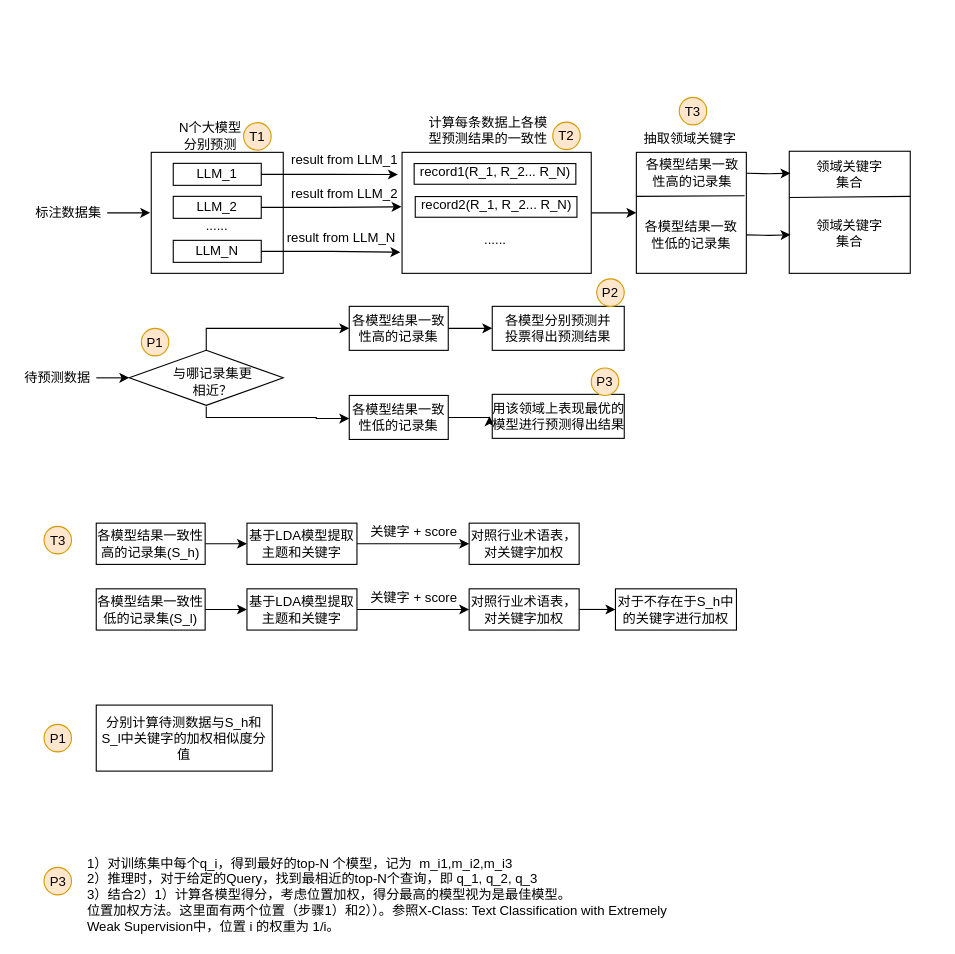
Above: patent_模型结果集成.drawio in CindyZX/drawio_figures (draw.io), before the change. Source tidied: cells renumbered, new cells numbered last; positions are measured from the earlier drawing's top-left corner, leaving out a move shared by most shapes. Both pictures are drawn from the tidied source at 110%, with x=0, y=0 at pixel (19, 97).
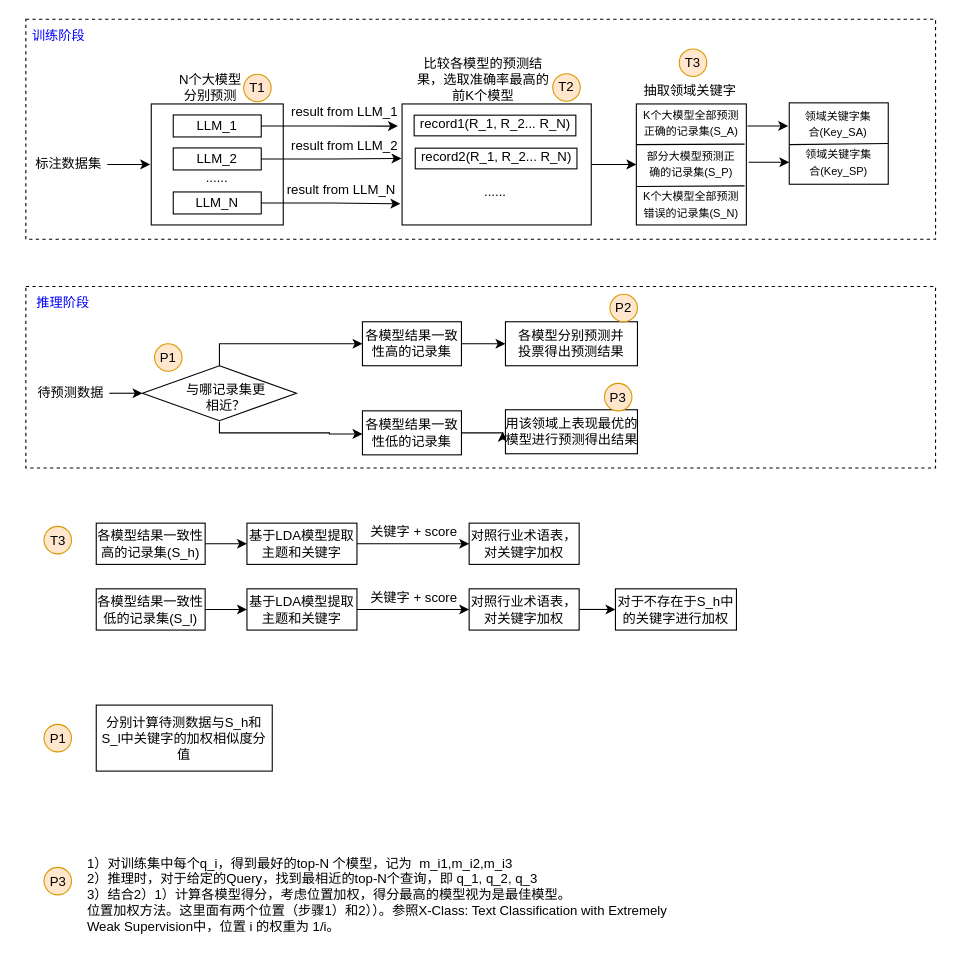
After the change.

Commit message:
更新patent_模型结果集成.drawio

Diff of the diagram source:
```diff
@@
+    <mxCell id="79" style="rounded=0;whiteSpace=wrap;html=1;dashed=1;" parent="1" vertex="1">
+      <mxGeometry x="6" y="172" width="827" height="165" as="geometry" />
+    </mxCell>
+    <mxCell id="80" style="rounded=0;whiteSpace=wrap;html=1;dashed=1;" parent="1" vertex="1">
+      <mxGeometry x="6" y="-71" width="827" height="200" as="geometry" />
+    </mxCell>
     <mxCell id="2" style="rounded=0;whiteSpace=wrap;html=1;" parent="1" vertex="1">
-      <mxGeometry x="120" y="50" width="120" height="110" as="geometry" />
+      <mxGeometry x="120" y="6" width="120" height="110" as="geometry" />
     </mxCell>
     <mxCell id="3" value="标注数据集" style="text;html=1;align=center;verticalAlign=middle;whiteSpace=wrap;rounded=0;" parent="1" vertex="1">
-      <mxGeometry x="10" y="90" width="70" height="30" as="geometry" />
+      <mxGeometry x="10" y="46" width="70" height="30" as="geometry" />
     </mxCell>
     <mxCell id="4" value="LLM_1" style="rounded=0;whiteSpace=wrap;html=1;" parent="1" vertex="1">
-      <mxGeometry x="140" y="60" width="80" height="20" as="geometry" />
+      <mxGeometry x="140" y="16" width="80" height="20" as="geometry" />
     </mxCell>
     <mxCell id="5" value="LLM_2" style="rounded=0;whiteSpace=wrap;html=1;" parent="1" vertex="1">
-      <mxGeometry x="140" y="90" width="80" height="20" as="geometry" />
+      <mxGeometry x="140" y="46" width="80" height="20" as="geometry" />
     </mxCell>
     <mxCell id="6" value="LLM_N" style="rounded=0;whiteSpace=wrap;html=1;" parent="1" vertex="1">
-      <mxGeometry x="140" y="130" width="80" height="20" as="geometry" />
+      <mxGeometry x="140" y="86" width="80" height="20" as="geometry" />
     </mxCell>
     <mxCell id="7" value="......" style="text;html=1;align=center;verticalAlign=middle;whiteSpace=wrap;rounded=0;" parent="1" vertex="1">
-      <mxGeometry x="150" y="107" width="60" height="20" as="geometry" />
+      <mxGeometry x="150" y="63" width="60" height="20" as="geometry" />
     </mxCell>
     <mxCell id="8" style="edgeStyle=orthogonalEdgeStyle;rounded=0;jettySize=auto;html=1;exitX=1;exitY=0.5;exitDx=0;exitDy=0;entryX=-0.008;entryY=0.566;entryDx=0;entryDy=0;entryPerimeter=0;" parent="1" edge="1" source="3">
       <mxGeometry relative="1" as="geometry">
-        <mxPoint x="119" y="105.3" as="targetPoint" />
+        <mxPoint x="119" y="61.3" as="targetPoint" />
       </mxGeometry>
     </mxCell>
     <mxCell id="9" value="N个大模型分别预测" style="text;html=1;align=center;verticalAlign=middle;whiteSpace=wrap;rounded=0;" parent="1" vertex="1">
-      <mxGeometry x="144" y="20" width="60" height="30" as="geometry" />
+      <mxGeometry x="144" y="-24" width="60" height="30" as="geometry" />
     </mxCell>
@@
     <mxCell id="11" style="rounded=0;whiteSpace=wrap;html=1;" parent="1" vertex="1">
-      <mxGeometry x="348" y="50" width="172" height="110" as="geometry" />
+      <mxGeometry x="348" y="6" width="172" height="110" as="geometry" />
     </mxCell>
-    <mxCell id="12" value="计算每条数据上各模型预测结果的一致性" style="text;html=1;align=center;verticalAlign=middle;whiteSpace=wrap;rounded=0;" parent="1" vertex="1">
-      <mxGeometry x="368" y="15" width="117" height="30" as="geometry" />
+    <mxCell id="12" value="比较各模型的预测结果，选取准确率最高的前K个模型" style="text;html=1;align=center;verticalAlign=middle;whiteSpace=wrap;rounded=0;" parent="1" vertex="1">
+      <mxGeometry x="359" y="-31" width="126" height="30" as="geometry" />
     </mxCell>
@@
     <mxCell id="14" value="result from LLM_1" style="text;html=1;align=center;verticalAlign=middle;whiteSpace=wrap;rounded=0;" parent="1" vertex="1">
-      <mxGeometry x="246" y="42" width="100" height="30" as="geometry" />
+      <mxGeometry x="246" y="-2" width="100" height="30" as="geometry" />
     </mxCell>
@@
     <mxCell id="16" value="result from LLM_2" style="text;html=1;align=center;verticalAlign=middle;whiteSpace=wrap;rounded=0;" parent="1" vertex="1">
-      <mxGeometry x="246" y="73" width="100" height="30" as="geometry" />
+      <mxGeometry x="246" y="29" width="100" height="30" as="geometry" />
     </mxCell>
@@
     <mxCell id="18" value="result from LLM_N" style="text;html=1;align=center;verticalAlign=middle;whiteSpace=wrap;rounded=0;" parent="1" vertex="1">
-      <mxGeometry x="241" y="113" width="104" height="30" as="geometry" />
+      <mxGeometry x="241" y="69" width="104" height="30" as="geometry" />
     </mxCell>
     <mxCell id="19" style="group;" parent="1" vertex="1">
-      <mxGeometry x="359" y="59" width="147" height="20" as="geometry" />
+      <mxGeometry x="359" y="15" width="147" height="20" as="geometry" />
     </mxCell>
@@
     <mxCell id="22" style="group;" parent="1" vertex="1">
-      <mxGeometry x="360" y="89" width="147" height="20" as="geometry" />
+      <mxGeometry x="360" y="45" width="147" height="20" as="geometry" />
     </mxCell>
@@
     <mxCell id="25" value="......" style="text;html=1;align=center;verticalAlign=middle;whiteSpace=wrap;rounded=0;" parent="1" vertex="1">
-      <mxGeometry x="402.5" y="120" width="60" height="20" as="geometry" />
+      <mxGeometry x="402.5" y="76" width="60" height="20" as="geometry" />
     </mxCell>
     <mxCell id="26" style="rounded=0;whiteSpace=wrap;html=1;" parent="1" vertex="1">
-      <mxGeometry x="561" y="50" width="100" height="110" as="geometry" />
+      <mxGeometry x="561" y="6" width="100" height="110" as="geometry" />
     </mxCell>
     <mxCell id="27" style="endArrow=none;html=1;rounded=0;" parent="1" edge="1" target="26">
       <mxGeometry relative="1" as="geometry">
-        <mxPoint x="561" y="87.7" as="sourcePoint" />
+        <mxPoint x="561" y="43.7" as="sourcePoint" />
       </mxGeometry>
     </mxCell>
-    <mxCell id="28" style="endArrow=none;html=1;rounded=0;entryX=0.984;entryY=0.359;entryDx=0;entryDy=0;entryPerimeter=0;" parent="1" edge="1" target="26">
+    <mxCell id="28" style="endArrow=none;html=1;rounded=0;entryX=0.984;entryY=0.359;entryDx=0;entryDy=0;entryPerimeter=0;" parent="1" edge="1">
       <mxGeometry relative="1" as="geometry">
-        <mxPoint x="561" y="90" as="sourcePoint" />
+        <mxPoint x="561" y="43" as="sourcePoint" />
+        <mxPoint x="659.4" y="42.5" as="targetPoint" />
       </mxGeometry>
     </mxCell>
-    <mxCell id="29" value="各模型结果一致性高的记录集" style="text;html=1;align=center;verticalAlign=middle;whiteSpace=wrap;rounded=0;" parent="1" vertex="1">
-      <mxGeometry x="567" y="54" width="90" height="30" as="geometry" />
+    <mxCell id="29" value="&lt;font style=&quot;font-size: 10px;&quot;&gt;K个大模型全部预测正确的记录集(S_A)&lt;/font&gt;" style="text;html=1;align=center;verticalAlign=middle;whiteSpace=wrap;rounded=0;" parent="1" vertex="1">
+      <mxGeometry x="566" y="8" width="90" height="30" as="geometry" />
     </mxCell>
-    <mxCell id="30" value="各模型结果一致性低的记录集" style="text;html=1;align=center;verticalAlign=middle;whiteSpace=wrap;rounded=0;" parent="1" vertex="1">
-      <mxGeometry x="566" y="110" width="90" height="30" as="geometry" />
+    <mxCell id="30" value="&lt;font style=&quot;font-size: 10px;&quot;&gt;部分大模型预测正确的记录集(S_P)&lt;/font&gt;" style="text;html=1;align=center;verticalAlign=middle;whiteSpace=wrap;rounded=0;" parent="1" vertex="1">
+      <mxGeometry x="566" y="45" width="90" height="30" as="geometry" />
     </mxCell>
     <mxCell id="31" style="rounded=0;whiteSpace=wrap;html=1;" parent="1" vertex="1">
-      <mxGeometry x="700" y="49" width="110" height="111" as="geometry" />
+      <mxGeometry x="700" y="5" width="90" height="74" as="geometry" />
     </mxCell>
     <mxCell id="32" style="endArrow=none;html=1;rounded=0;" parent="1" edge="1" target="31">
       <mxGeometry relative="1" as="geometry">
-        <mxPoint x="700" y="88.5" as="sourcePoint" />
+        <mxPoint x="700" y="44.5" as="sourcePoint" />
       </mxGeometry>
     </mxCell>
     <mxCell id="33" style="endArrow=none;html=1;rounded=0;" parent="1" edge="1">
       <mxGeometry relative="1" as="geometry">
-        <mxPoint x="700" y="91" as="sourcePoint" />
-        <mxPoint x="810" y="90" as="targetPoint" />
+        <mxPoint x="700" y="43" as="sourcePoint" />
+        <mxPoint x="790" y="42" as="targetPoint" />
       </mxGeometry>
     </mxCell>
-    <mxCell id="34" value="领域关键字集合" style="text;html=1;align=center;verticalAlign=middle;whiteSpace=wrap;rounded=0;" parent="1" vertex="1">
-      <mxGeometry x="720" y="55" width="70" height="30" as="geometry" />
+    <mxCell id="34" value="&lt;font style=&quot;font-size: 10px;&quot;&gt;领域关键字集合(Key_SA)&lt;/font&gt;" style="text;html=1;align=center;verticalAlign=middle;whiteSpace=wrap;rounded=0;" parent="1" vertex="1">
+      <mxGeometry x="713" y="9" width="63" height="30" as="geometry" />
     </mxCell>
-    <mxCell id="35" value="领域关键字集合" style="text;html=1;align=center;verticalAlign=middle;whiteSpace=wrap;rounded=0;" parent="1" vertex="1">
-      <mxGeometry x="720" y="109" width="70" height="30" as="geometry" />
+    <mxCell id="35" value="&lt;font style=&quot;font-size: 10px;&quot;&gt;领域关键字集合(Key_SP)&lt;/font&gt;" style="text;html=1;align=center;verticalAlign=middle;whiteSpace=wrap;rounded=0;" parent="1" vertex="1">
+      <mxGeometry x="709.5" y="44" width="70" height="30" as="geometry" />
     </mxCell>
-    <mxCell id="36" style="edgeStyle=orthogonalEdgeStyle;rounded=0;orthogonalLoop=1;jettySize=auto;html=1;entryX=-0.026;entryY=0.179;entryDx=0;entryDy=0;entryPerimeter=0;" parent="1" edge="1">
-      <mxGeometry relative="1" as="geometry">
-        <mxPoint x="661" y="69" as="sourcePoint" />
-        <mxPoint x="701.1" y="68.9" as="targetPoint" />
-      </mxGeometry>
-    </mxCell>
-    <mxCell id="37" style="edgeStyle=orthogonalEdgeStyle;rounded=0;orthogonalLoop=1;jettySize=auto;html=1;entryX=-0.026;entryY=0.179;entryDx=0;entryDy=0;entryPerimeter=0;" parent="1" edge="1">
-      <mxGeometry relative="1" as="geometry">
-        <mxPoint x="661" y="125" as="sourcePoint" />
-        <mxPoint x="701.1" y="124.9" as="targetPoint" />
-      </mxGeometry>
-    </mxCell>
@@
     <mxCell id="39" value="待预测数据" style="text;html=1;align=center;verticalAlign=middle;whiteSpace=wrap;rounded=0;" parent="1" vertex="1">
-      <mxGeometry y="240" width="70" height="30" as="geometry" />
+      <mxGeometry x="12" y="254" width="70" height="30" as="geometry" />
     </mxCell>
     <mxCell id="40" style="group;" parent="1" vertex="1">
-      <mxGeometry x="100" y="230" width="140" height="50" as="geometry" />
+      <mxGeometry x="112" y="244" width="140" height="50" as="geometry" />
     </mxCell>
@@
     <mxCell id="45" value="各模型结果一致性高的记录集" style="rounded=0;whiteSpace=wrap;html=1;" parent="1" vertex="1">
-      <mxGeometry x="300" y="190" width="90" height="40" as="geometry" />
+      <mxGeometry x="312" y="204" width="90" height="40" as="geometry" />
     </mxCell>
@@
     <mxCell id="47" value="各模型结果一致性低的记录集" style="rounded=0;whiteSpace=wrap;html=1;" parent="1" vertex="1">
-      <mxGeometry x="300" y="271" width="90" height="40" as="geometry" />
+      <mxGeometry x="312" y="285" width="90" height="40" as="geometry" />
     </mxCell>
     <mxCell id="48" value="抽取领域关键字" style="text;html=1;align=center;verticalAlign=middle;whiteSpace=wrap;rounded=0;" parent="1" vertex="1">
-      <mxGeometry x="565" y="23" width="90" height="30" as="geometry" />
+      <mxGeometry x="565" y="-21" width="90" height="30" as="geometry" />
     </mxCell>
     <mxCell id="49" style="edgeStyle=orthogonalEdgeStyle;rounded=0;orthogonalLoop=1;jettySize=auto;html=1;exitX=0.5;exitY=1;exitDx=0;exitDy=0;entryX=0;entryY=0.5;entryDx=0;entryDy=0;" parent="1" edge="1">
       <mxGeometry relative="1" as="geometry">
-        <mxPoint x="170" y="281" as="sourcePoint" />
-        <mxPoint x="300" y="292" as="targetPoint" />
+        <mxPoint x="182" y="295" as="sourcePoint" />
+        <mxPoint x="312" y="306" as="targetPoint" />
         <Array as="points">
-          <mxPoint x="170" y="291" />
-          <mxPoint x="270" y="291" />
-          <mxPoint x="270" y="292" />
+          <mxPoint x="182" y="305" />
+          <mxPoint x="282" y="305" />
+          <mxPoint x="282" y="306" />
         </Array>
       </mxGeometry>
     </mxCell>
@@
     <mxCell id="51" style="rounded=0;whiteSpace=wrap;html=1;" parent="1" vertex="1">
-      <mxGeometry x="430" y="190" width="120" height="40" as="geometry" />
+      <mxGeometry x="442" y="204" width="120" height="40" as="geometry" />
     </mxCell>
     <mxCell id="52" value="各模型分别预测并投票得出预测结果" style="text;html=1;align=center;verticalAlign=middle;whiteSpace=wrap;rounded=0;" parent="1" vertex="1">
-      <mxGeometry x="440" y="195" width="100" height="30" as="geometry" />
+      <mxGeometry x="452" y="209" width="100" height="30" as="geometry" />
     </mxCell>
     <mxCell id="53" style="rounded=0;whiteSpace=wrap;html=1;" parent="1" vertex="1">
-      <mxGeometry x="430" y="270" width="120" height="40" as="geometry" />
+      <mxGeometry x="442" y="284" width="120" height="40" as="geometry" />
     </mxCell>
     <mxCell id="54" value="用该领域上表现最优的模型进行预测得出结果" style="text;html=1;align=center;verticalAlign=middle;whiteSpace=wrap;rounded=0;" parent="1" vertex="1">
-      <mxGeometry x="427.5" y="275" width="125" height="30" as="geometry" />
+      <mxGeometry x="439.5" y="289" width="125" height="30" as="geometry" />
     </mxCell>
     <mxCell id="55" value="T1" style="ellipse;whiteSpace=wrap;html=1;fillColor=#ffe6cc;strokeColor=#d79b00;" parent="1" vertex="1">
-      <mxGeometry x="204" y="23" width="25" height="25" as="geometry" />
+      <mxGeometry x="204" y="-21" width="25" height="25" as="geometry" />
     </mxCell>
     <mxCell id="56" value="T2" style="ellipse;whiteSpace=wrap;html=1;fillColor=#ffe6cc;strokeColor=#d79b00;" parent="1" vertex="1">
-      <mxGeometry x="485" y="22.5" width="25" height="25" as="geometry" />
+      <mxGeometry x="485" y="-21.5" width="25" height="25" as="geometry" />
     </mxCell>
     <mxCell id="57" value="T3" style="ellipse;whiteSpace=wrap;html=1;fillColor=#ffe6cc;strokeColor=#d79b00;" parent="1" vertex="1">
-      <mxGeometry x="600" width="25" height="25" as="geometry" />
+      <mxGeometry x="600" y="-44" width="25" height="25" as="geometry" />
     </mxCell>
     <mxCell id="58" value="P2" style="ellipse;whiteSpace=wrap;html=1;fillColor=#ffe6cc;strokeColor=#d79b00;" parent="1" vertex="1">
-      <mxGeometry x="525" y="165" width="25" height="25" as="geometry" />
+      <mxGeometry x="537" y="179" width="25" height="25" as="geometry" />
     </mxCell>
     <mxCell id="59" value="P3" style="ellipse;whiteSpace=wrap;html=1;fillColor=#ffe6cc;strokeColor=#d79b00;" parent="1" vertex="1">
-      <mxGeometry x="520" y="246" width="25" height="25" as="geometry" />
+      <mxGeometry x="532" y="260" width="25" height="25" as="geometry" />
     </mxCell>
@@
+    <mxCell id="81" value="&lt;font color=&quot;#0000ff&quot;&gt;训练阶段&lt;/font&gt;" style="text;html=1;align=center;verticalAlign=middle;whiteSpace=wrap;rounded=0;" parent="1" vertex="1">
+      <mxGeometry x="6" y="-71" width="60" height="30" as="geometry" />
+    </mxCell>
+    <mxCell id="82" value="&lt;font color=&quot;#0000ff&quot;&gt;推理阶段&lt;/font&gt;" style="text;html=1;align=center;verticalAlign=middle;whiteSpace=wrap;rounded=0;" parent="1" vertex="1">
+      <mxGeometry x="10" y="172" width="60" height="30" as="geometry" />
+    </mxCell>
+    <mxCell id="83" style="endArrow=none;html=1;rounded=0;entryX=0.984;entryY=0.359;entryDx=0;entryDy=0;entryPerimeter=0;" parent="1" edge="1">
+      <mxGeometry relative="1" as="geometry">
+        <mxPoint x="561" y="81" as="sourcePoint" />
+        <mxPoint x="659.4" y="80.5" as="targetPoint" />
+      </mxGeometry>
+    </mxCell>
+    <mxCell id="84" value="&lt;font style=&quot;font-size: 10px;&quot;&gt;K个大模型全部预测错误的记录集(S_N)&lt;/font&gt;" style="text;html=1;align=center;verticalAlign=middle;whiteSpace=wrap;rounded=0;" parent="1" vertex="1">
+      <mxGeometry x="566" y="82" width="90" height="30" as="geometry" />
+    </mxCell>
+    <mxCell id="85" style="edgeStyle=orthogonalEdgeStyle;rounded=0;orthogonalLoop=1;jettySize=auto;html=1;exitX=1;exitY=0.5;exitDx=0;exitDy=0;" parent="1" edge="1">
+      <mxGeometry relative="1" as="geometry">
+        <mxPoint x="662" y="26" as="sourcePoint" />
+        <mxPoint x="699" y="26" as="targetPoint" />
+      </mxGeometry>
+    </mxCell>
+    <mxCell id="86" style="edgeStyle=orthogonalEdgeStyle;rounded=0;orthogonalLoop=1;jettySize=auto;html=1;exitX=1;exitY=0.5;exitDx=0;exitDy=0;" parent="1" edge="1">
+      <mxGeometry relative="1" as="geometry">
+        <mxPoint x="663" y="59" as="sourcePoint" />
+        <mxPoint x="700" y="59" as="targetPoint" />
+      </mxGeometry>
+    </mxCell>
```
